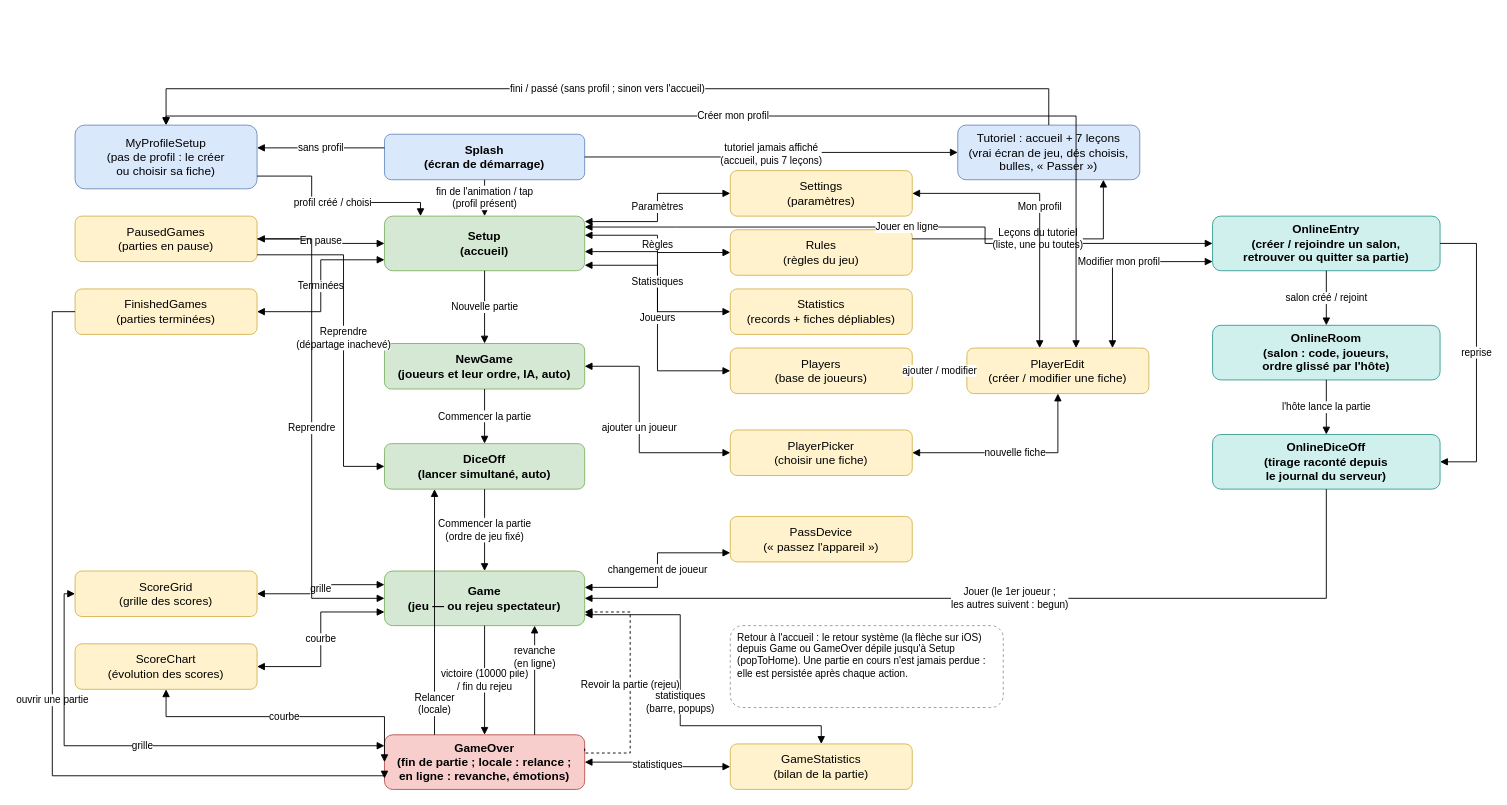
Above: docs/screen-flow.drawio in microscotch/tenk (draw.io), before the change. Source tidied: cells renumbered, new cells numbered last; positions are measured from the earlier drawing's top-left corner, leaving out a move shared by most shapes. Both pictures are drawn from the tidied source at 91%, with x=0, y=0 at pixel (52, 88).
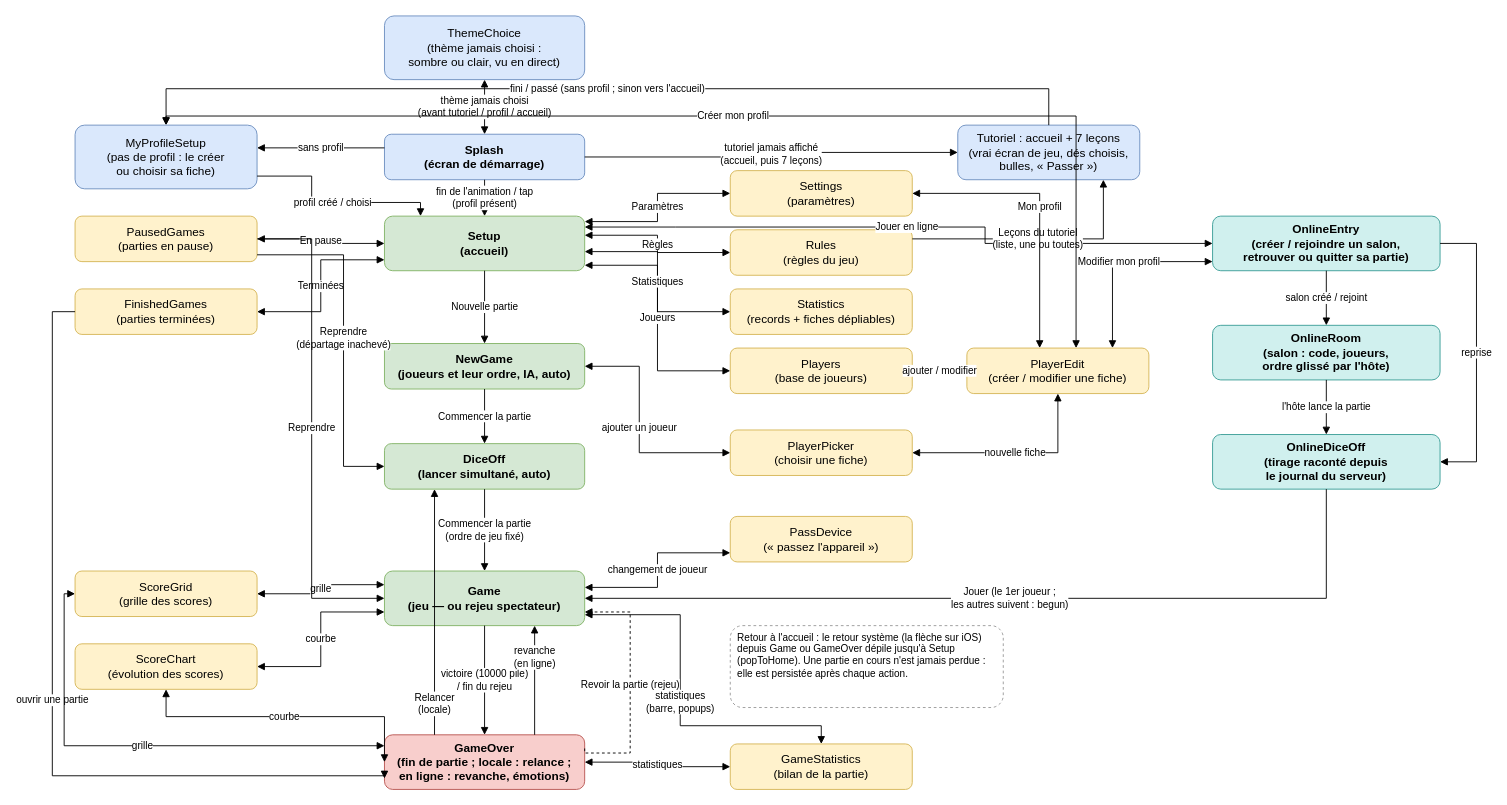
The same page after the edit.

Unchanged cells that the change refers to:
```xml
<mxCell id="2" value="Splash&#10;(écran de démarrage)" style="rounded=1;whiteSpace=wrap;html=1;fillColor=#dae8fc;strokeColor=#6c8ebf;fontSize=13;fontStyle=1;" parent="1" vertex="1">
  <mxGeometry x="365" y="50" width="220" height="50" as="geometry" />
</mxCell>
```

Diff of the diagram source:
```diff
@@
+    <mxCell id="66" value="ThemeChoice&#10;(thème jamais choisi :&#10;sombre ou clair, vu en direct)" style="rounded=1;whiteSpace=wrap;html=1;fillColor=#dae8fc;strokeColor=#6c8ebf;fontSize=13;" parent="1" vertex="1">
+      <mxGeometry x="365" y="-80" width="220" height="70" as="geometry" />
+    </mxCell>
+    <mxCell id="67" value="thème jamais choisi&#10;(avant tutoriel / profil / accueil)" style="edgeStyle=orthogonalEdgeStyle;rounded=0;html=1;fontSize=11;startArrow=block;startFill=1;endArrow=block;endFill=1;labelBackgroundColor=#ffffff;" parent="1" edge="1" source="2" target="66">
+      <mxGeometry relative="1" as="geometry" />
+    </mxCell>
```
